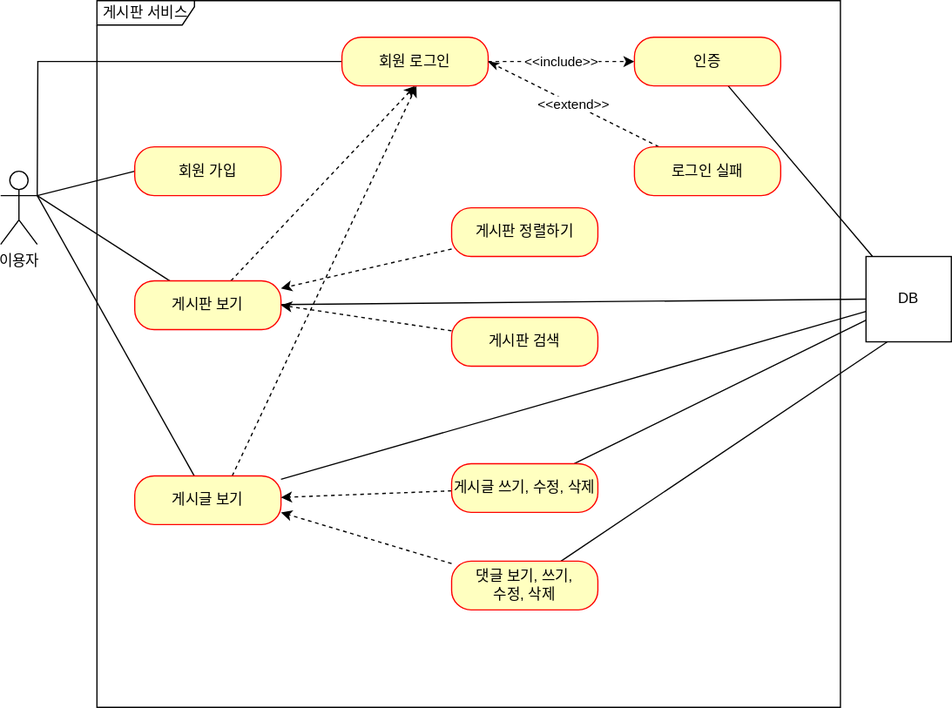
The draw.io diagram document/use-case.svg in jinyongyun/Practical_bulletin_board_project, before a commit. Source tidied: cells renumbered, new cells last; positions are measured from the earlier drawing's top-left corner, leaving out a move shared by most shapes.
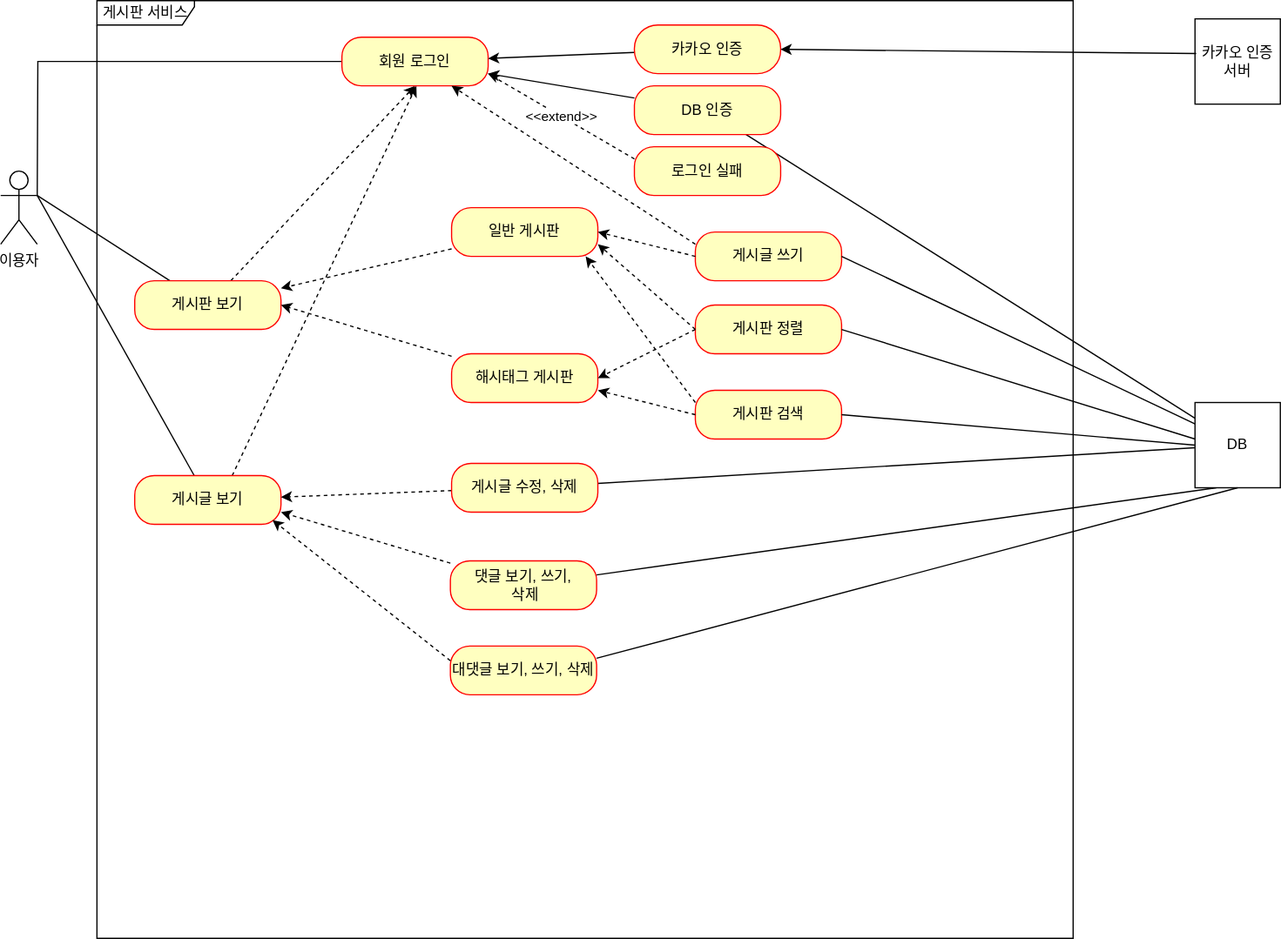
The same diagram one commit later.

Commit message:
#38 - use-case.svg: 카카오 인증 유즈 케이스 추가(대댓글은 미리 표현)

The edit, as a diff of the source:
```diff
@@ -6,23 +6,14 @@
       <mxGeometry y="140" width="30" height="60" as="geometry" />
     </mxCell>
     <mxCell id="3" value="게시판 서비스" style="shape=umlFrame;whiteSpace=wrap;html=1;width=80;height=20;" parent="1" vertex="1">
-      <mxGeometry x="79" width="610" height="580" as="geometry" />
+      <mxGeometry x="79" width="801" height="770" as="geometry" />
     </mxCell>
-    <mxCell id="4" style="rounded=0;jettySize=auto;html=1;exitX=0;exitY=0.5;exitDx=0;exitDy=0;entryX=1;entryY=0.3333333333333333;entryDx=0;entryDy=0;entryPerimeter=0;endArrow=none;endFill=0;" parent="1" edge="1" source="5" target="2">
-      <mxGeometry relative="1" as="geometry" />
-    </mxCell>
-    <mxCell id="5" value="회원 가입" style="rounded=1;whiteSpace=wrap;html=1;arcSize=40;fontColor=#000000;fillColor=#ffffc0;strokeColor=#ff0000;" parent="1" vertex="1">
-      <mxGeometry x="110" y="120" width="120" height="40" as="geometry" />
-    </mxCell>
     <mxCell id="6" style="rounded=0;jettySize=auto;html=1;entryX=1;entryY=0.3333333333333333;entryDx=0;entryDy=0;entryPerimeter=0;endArrow=none;endFill=0;" parent="1" edge="1" source="9" target="2">
       <mxGeometry relative="1" as="geometry" />
     </mxCell>
     <mxCell id="7" style="rounded=0;jettySize=auto;html=1;entryX=0.5;entryY=1;entryDx=0;entryDy=0;dashed=1;" parent="1" edge="1" source="9" target="16">
       <mxGeometry relative="1" as="geometry" />
     </mxCell>
-    <mxCell id="8" style="rounded=0;jettySize=auto;html=1;entryX=0;entryY=0.5;entryDx=0;entryDy=0;endArrow=none;endFill=0;" parent="1" edge="1" source="9" target="31">
-      <mxGeometry relative="1" as="geometry" />
-    </mxCell>
     <mxCell id="9" value="게시판 보기" style="rounded=1;whiteSpace=wrap;html=1;arcSize=40;fontColor=#000000;fillColor=#ffffc0;strokeColor=#ff0000;" parent="1" vertex="1">
       <mxGeometry x="110" y="230" width="120" height="40" as="geometry" />
     </mxCell>
@@ -35,9 +26,6 @@
         <mxPoint x="341.1" y="70" as="targetPoint" />
       </mxGeometry>
     </mxCell>
-    <mxCell id="12" style="rounded=0;jettySize=auto;html=1;endArrow=none;endFill=0;" parent="1" edge="1" source="13" target="31">
-      <mxGeometry relative="1" as="geometry" />
-    </mxCell>
     <mxCell id="13" value="게시글 보기" style="rounded=1;whiteSpace=wrap;html=1;arcSize=40;fontColor=#000000;fillColor=#ffffc0;strokeColor=#ff0000;" parent="1" vertex="1">
       <mxGeometry x="110" y="390" width="120" height="40" as="geometry" />
     </mxCell>
@@ -46,19 +34,19 @@
         <mxPoint x="30" y="160" as="targetPoint" />
       </mxGeometry>
     </mxCell>
-    <mxCell id="15" value="&amp;lt;&amp;lt;include&amp;gt;&amp;gt;" style="edgeStyle=orthogonalEdgeStyle;rounded=0;jettySize=auto;html=1;entryX=0;entryY=0.5;entryDx=0;entryDy=0;endArrow=classic;endFill=1;dashed=1;" parent="1" edge="1" source="16" target="18">
-      <mxGeometry relative="1" as="geometry" />
-    </mxCell>
     <mxCell id="16" value="회원 로그인" style="rounded=1;whiteSpace=wrap;html=1;arcSize=40;fontColor=#000000;fillColor=#ffffc0;strokeColor=#ff0000;" parent="1" vertex="1">
       <mxGeometry x="280" y="30" width="120" height="40" as="geometry" />
     </mxCell>
     <mxCell id="17" style="rounded=0;jettySize=auto;html=1;endArrow=none;endFill=0;" parent="1" edge="1" source="18" target="31">
       <mxGeometry relative="1" as="geometry" />
     </mxCell>
+    <mxCell id="32" style="rounded=0;jettySize=auto;html=1;" parent="1" edge="1" source="18" target="16">
+      <mxGeometry relative="1" as="geometry" />
+    </mxCell>
-    <mxCell id="18" value="인증" style="rounded=1;whiteSpace=wrap;html=1;arcSize=40;fontColor=#000000;fillColor=#ffffc0;strokeColor=#ff0000;" parent="1" vertex="1">
-      <mxGeometry x="520" y="30" width="120" height="40" as="geometry" />
+    <mxCell id="18" value="DB 인증" style="rounded=1;whiteSpace=wrap;html=1;arcSize=40;fontColor=#000000;fillColor=#ffffc0;strokeColor=#ff0000;" parent="1" vertex="1">
+      <mxGeometry x="520" y="70" width="120" height="40" as="geometry" />
     </mxCell>
-    <mxCell id="19" value="&amp;lt;&amp;lt;extend&amp;gt;&amp;gt;" style="rounded=0;jettySize=auto;html=1;entryX=1;entryY=0.5;entryDx=0;entryDy=0;endArrow=classicThin;endFill=1;dashed=1;" parent="1" edge="1" source="20" target="16">
+    <mxCell id="19" value="&amp;lt;&amp;lt;extend&amp;gt;&amp;gt;" style="rounded=0;jettySize=auto;html=1;entryX=1;entryY=0.75;entryDx=0;entryDy=0;endArrow=classicThin;endFill=1;dashed=1;exitX=0;exitY=0.25;exitDx=0;exitDy=0;" parent="1" edge="1" source="20" target="16">
       <mxGeometry relative="1" as="geometry" />
     </mxCell>
     <mxCell id="20" value="로그인 실패" style="rounded=1;whiteSpace=wrap;html=1;arcSize=40;fontColor=#000000;fillColor=#ffffc0;strokeColor=#ff0000;" parent="1" vertex="1">
@@ -67,14 +55,14 @@
     <mxCell id="21" style="rounded=0;jettySize=auto;html=1;dashed=1;" parent="1" edge="1" source="22" target="9">
       <mxGeometry relative="1" as="geometry" />
     </mxCell>
-    <mxCell id="22" value="게시판 정렬하기" style="rounded=1;whiteSpace=wrap;html=1;arcSize=40;fontColor=#000000;fillColor=#ffffc0;strokeColor=#ff0000;" parent="1" vertex="1">
+    <mxCell id="22" value="일반 게시판" style="rounded=1;whiteSpace=wrap;html=1;arcSize=40;fontColor=#000000;fillColor=#ffffc0;strokeColor=#ff0000;" parent="1" vertex="1">
       <mxGeometry x="370" y="170" width="120" height="40" as="geometry" />
     </mxCell>
     <mxCell id="23" style="rounded=0;jettySize=auto;html=1;entryX=1;entryY=0.5;entryDx=0;entryDy=0;dashed=1;" parent="1" edge="1" source="24" target="9">
       <mxGeometry relative="1" as="geometry" />
     </mxCell>
-    <mxCell id="24" value="게시판 검색" style="rounded=1;whiteSpace=wrap;html=1;arcSize=40;fontColor=#000000;fillColor=#ffffc0;strokeColor=#ff0000;" parent="1" vertex="1">
-      <mxGeometry x="370" y="260" width="120" height="40" as="geometry" />
+    <mxCell id="24" value="해시태그 게시판" style="rounded=1;whiteSpace=wrap;html=1;arcSize=40;fontColor=#000000;fillColor=#ffffc0;strokeColor=#ff0000;" parent="1" vertex="1">
+      <mxGeometry x="370" y="290" width="120" height="40" as="geometry" />
     </mxCell>
     <mxCell id="25" style="rounded=0;jettySize=auto;html=1;dashed=1;" parent="1" edge="1" source="27" target="13">
       <mxGeometry relative="1" as="geometry" />
@@ -82,7 +70,7 @@
     <mxCell id="26" style="rounded=0;jettySize=auto;html=1;endArrow=none;endFill=0;" parent="1" edge="1" source="27" target="31">
       <mxGeometry relative="1" as="geometry" />
     </mxCell>
-    <mxCell id="27" value="게시글 쓰기, 수정, 삭제" style="rounded=1;whiteSpace=wrap;html=1;arcSize=40;fontColor=#000000;fillColor=#ffffc0;strokeColor=#ff0000;" parent="1" vertex="1">
+    <mxCell id="27" value="게시글 수정, 삭제" style="rounded=1;whiteSpace=wrap;html=1;arcSize=40;fontColor=#000000;fillColor=#ffffc0;strokeColor=#ff0000;" parent="1" vertex="1">
       <mxGeometry x="370" y="380" width="120" height="40" as="geometry" />
     </mxCell>
     <mxCell id="28" style="rounded=0;jettySize=auto;html=1;entryX=1;entryY=0.75;entryDx=0;entryDy=0;dashed=1;" parent="1" edge="1" source="30" target="13">
@@ -91,11 +79,74 @@
     <mxCell id="29" style="rounded=0;jettySize=auto;html=1;entryX=0.25;entryY=1;entryDx=0;entryDy=0;endArrow=none;endFill=0;" parent="1" edge="1" source="30" target="31">
       <mxGeometry relative="1" as="geometry" />
     </mxCell>
-    <mxCell id="30" value="댓글 보기, 쓰기, &lt;br&gt;수정, 삭제" style="rounded=1;whiteSpace=wrap;html=1;arcSize=40;fontColor=#000000;fillColor=#ffffc0;strokeColor=#ff0000;" parent="1" vertex="1">
-      <mxGeometry x="370" y="460" width="120" height="40" as="geometry" />
+    <mxCell id="30" value="댓글 보기, 쓰기, &lt;br&gt;&amp;nbsp;삭제" style="rounded=1;whiteSpace=wrap;html=1;arcSize=40;fontColor=#000000;fillColor=#ffffc0;strokeColor=#ff0000;" parent="1" vertex="1">
+      <mxGeometry x="369" y="460" width="120" height="40" as="geometry" />
     </mxCell>
     <mxCell id="31" value="DB" style="html=1;whiteSpace=wrap;" parent="1" vertex="1">
-      <mxGeometry x="710" y="210" width="70" height="70" as="geometry" />
+      <mxGeometry x="980" y="330" width="70" height="70" as="geometry" />
     </mxCell>
+    <mxCell id="33" value="대댓글 보기, 쓰기, 삭제" style="rounded=1;whiteSpace=wrap;html=1;arcSize=40;fontColor=#000000;fillColor=#ffffc0;strokeColor=#ff0000;" parent="1" vertex="1">
+      <mxGeometry x="369" y="530" width="120" height="40" as="geometry" />
+    </mxCell>
+    <mxCell id="34" style="rounded=0;jettySize=auto;html=1;entryX=0.942;entryY=0.913;entryDx=0;entryDy=0;dashed=1;entryPerimeter=0;" parent="1" edge="1" target="13">
+      <mxGeometry relative="1" as="geometry">
+        <mxPoint x="369" y="542" as="sourcePoint" />
+      </mxGeometry>
+    </mxCell>
+    <mxCell id="35" value="게시글 쓰기" style="rounded=1;whiteSpace=wrap;html=1;arcSize=40;fontColor=#000000;fillColor=#ffffc0;strokeColor=#ff0000;" parent="1" vertex="1">
+      <mxGeometry x="570" y="190" width="120" height="40" as="geometry" />
+    </mxCell>
+    <mxCell id="36" value="게시판 정렬" style="rounded=1;whiteSpace=wrap;html=1;arcSize=40;fontColor=#000000;fillColor=#ffffc0;strokeColor=#ff0000;" parent="1" vertex="1">
+      <mxGeometry x="570" y="250" width="120" height="40" as="geometry" />
+    </mxCell>
+    <mxCell id="37" value="게시판 검색" style="rounded=1;whiteSpace=wrap;html=1;arcSize=40;fontColor=#000000;fillColor=#ffffc0;strokeColor=#ff0000;" parent="1" vertex="1">
+      <mxGeometry x="570" y="320" width="120" height="40" as="geometry" />
+    </mxCell>
+    <mxCell id="38" style="rounded=0;jettySize=auto;html=1;dashed=1;entryX=1;entryY=0.5;entryDx=0;entryDy=0;exitX=0;exitY=0.5;exitDx=0;exitDy=0;" parent="1" edge="1" source="35" target="22">
+      <mxGeometry relative="1" as="geometry" />
+    </mxCell>
+    <mxCell id="39" style="rounded=0;jettySize=auto;html=1;dashed=1;entryX=1;entryY=0.75;entryDx=0;entryDy=0;exitX=0;exitY=0.5;exitDx=0;exitDy=0;" parent="1" edge="1" source="36" target="22">
+      <mxGeometry relative="1" as="geometry" />
+    </mxCell>
+    <mxCell id="40" style="rounded=0;jettySize=auto;html=1;dashed=1;entryX=1;entryY=0.75;entryDx=0;entryDy=0;exitX=0;exitY=0.25;exitDx=0;exitDy=0;" parent="1" edge="1" source="37">
+      <mxGeometry relative="1" as="geometry">
+        <mxPoint x="480" y="210" as="targetPoint" />
+      </mxGeometry>
+    </mxCell>
+    <mxCell id="41" style="rounded=0;jettySize=auto;html=1;dashed=1;entryX=1;entryY=0.5;entryDx=0;entryDy=0;exitX=0;exitY=0.5;exitDx=0;exitDy=0;" parent="1" edge="1" source="36" target="24">
+      <mxGeometry relative="1" as="geometry" />
+    </mxCell>
+    <mxCell id="42" style="rounded=0;jettySize=auto;html=1;dashed=1;entryX=1;entryY=0.75;entryDx=0;entryDy=0;exitX=0;exitY=0.5;exitDx=0;exitDy=0;" parent="1" edge="1" source="37" target="24">
+      <mxGeometry relative="1" as="geometry" />
+    </mxCell>
+    <mxCell id="43" style="rounded=0;jettySize=auto;html=1;dashed=1;entryX=0.75;entryY=1;entryDx=0;entryDy=0;exitX=0;exitY=0.25;exitDx=0;exitDy=0;" parent="1" edge="1" source="35" target="16">
+      <mxGeometry relative="1" as="geometry" />
+    </mxCell>
+    <mxCell id="44" style="rounded=0;jettySize=auto;html=1;entryX=0.5;entryY=1;entryDx=0;entryDy=0;endArrow=none;endFill=0;exitX=1;exitY=0.25;exitDx=0;exitDy=0;" parent="1" edge="1" source="33" target="31">
+      <mxGeometry relative="1" as="geometry" />
+    </mxCell>
+    <mxCell id="45" style="rounded=0;jettySize=auto;html=1;endArrow=none;endFill=0;exitX=1;exitY=0.5;exitDx=0;exitDy=0;entryX=0;entryY=0.25;entryDx=0;entryDy=0;" parent="1" edge="1" source="35" target="31">
+      <mxGeometry relative="1" as="geometry" />
+    </mxCell>
+    <mxCell id="46" style="rounded=0;jettySize=auto;html=1;endArrow=none;endFill=0;exitX=1;exitY=0.5;exitDx=0;exitDy=0;" parent="1" edge="1" source="36">
+      <mxGeometry relative="1" as="geometry">
+        <mxPoint x="980" y="360" as="targetPoint" />
+      </mxGeometry>
+    </mxCell>
+    <mxCell id="47" style="rounded=0;jettySize=auto;html=1;endArrow=none;endFill=0;exitX=1;exitY=0.5;exitDx=0;exitDy=0;entryX=0;entryY=0.5;entryDx=0;entryDy=0;" parent="1" edge="1" source="37" target="31">
+      <mxGeometry relative="1" as="geometry" />
+    </mxCell>
+    <mxCell id="48" style="rounded=0;jettySize=auto;html=1;" parent="1" edge="1" source="49" target="16">
+      <mxGeometry relative="1" as="geometry" />
+    </mxCell>
+    <mxCell id="49" value="카카오 인증" style="rounded=1;whiteSpace=wrap;html=1;arcSize=48;fontColor=#000000;fillColor=#ffffc0;strokeColor=#ff0000;" parent="1" vertex="1">
+      <mxGeometry x="520" y="20" width="120" height="40" as="geometry" />
+    </mxCell>
+    <mxCell id="50" value="카카오 인증 서버" style="html=1;whiteSpace=wrap;" parent="1" vertex="1">
+      <mxGeometry x="980" y="15" width="70" height="70" as="geometry" />
+    </mxCell>
+    <mxCell id="51" style="endArrow=classic;html=1;rounded=0;entryX=1;entryY=0.5;entryDx=0;entryDy=0;exitX=0.014;exitY=0.407;exitDx=0;exitDy=0;exitPerimeter=0;" parent="1" edge="1" source="50" target="49">
+      <mxGeometry relative="1" as="geometry" />
+    </mxCell>
   </root>
 </mxGraphModel>
```
